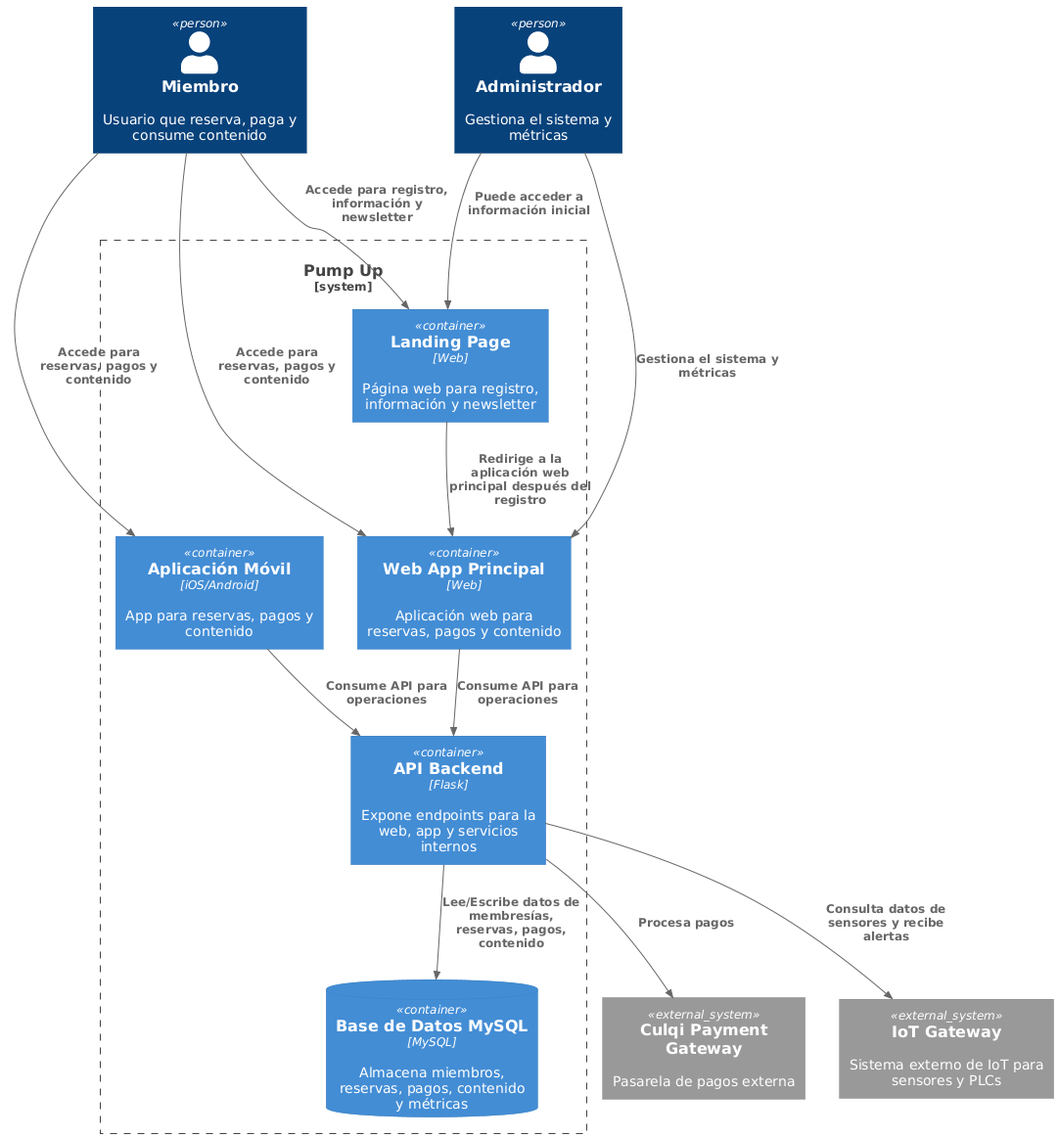
The PlantUML diagram assets/capitulo-4/containers.png in momentum-iot/report, before a commit.
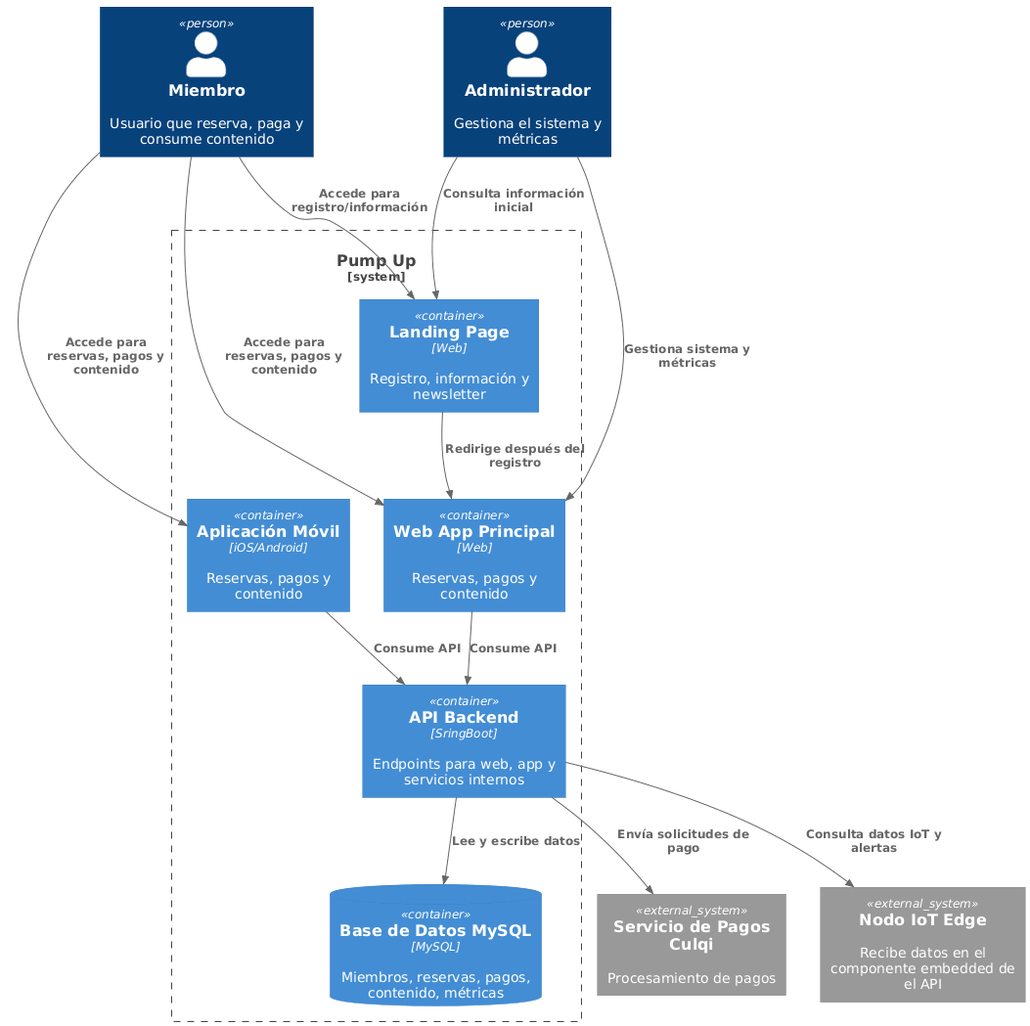
After the change.

Commit message:
feat: update containers image for enhanced visual representation

The edit, as a diff of the source:
```diff
@@ -1,30 +1,34 @@
 @startuml
 !include https://raw.githubusercontent.com/plantuml-stdlib/C4-PlantUML/master/C4_Container.puml
 
-Person(member, "Miembro", "Usuario que reserva, paga y consume contenido")
-Person(admin, "Administrador", "Gestiona el sistema y métricas")
+Person(m, "Miembro", "Usuario que reserva, paga y consume contenido")
+Person(a, "Administrador", "Gestiona el sistema y métricas")
 
-System_Boundary(pumpup, "Pump Up") {
+System_Boundary(s1, "Pump Up") {
 
-    Container(landing, "Landing Page", "Web", "Página web para registro, información y newsletter")
-    Container(webApp, "Web App Principal", "Web", "Aplicación web para reservas, pagos y contenido")
-    Container(mobile, "Aplicación Móvil", "iOS/Android", "App para reservas, pagos y contenido")
-    Container(api, "API Backend", "Flask", "Expone endpoints para la web, app y servicios internos")
-    ContainerDb(mysql, "Base de Datos MySQL", "MySQL", "Almacena miembros, reservas, pagos, contenido y métricas")
+    Container(landing, "Landing Page", "Web", "Registro, información y newsletter")
+    Container(webapp, "Web App Principal", "Web", "Reservas, pagos y contenido")
+    Container(mobile, "Aplicación Móvil", "iOS/Android", "Reservas, pagos y contenido")
+    Container(api, "API Backend", "SringBoot", "Endpoints para web, app y servicios internos")
+    ContainerDb(db, "Base de Datos MySQL", "MySQL", "Miembros, reservas, pagos, contenido, métricas")
 }
 
-System_Ext(culqi, "Culqi Payment Gateway", "Pasarela de pagos externa")
-System_Ext(iot, "IoT Gateway", "Sistema externo de IoT para sensores y PLCs")
+System_Ext(culqi, "Servicio de Pagos Culqi", "Procesamiento de pagos")
+System_Ext(iot_service, "Nodo IoT Edge", "Recibe datos en el componente embedded de el API")
 
-Rel(member, landing, "Accede para registro, información y newsletter")
-Rel(member, webApp, "Accede para reservas, pagos y contenido")
-Rel(member, mobile, "Accede para reservas, pagos y contenido")
-Rel(admin, webApp, "Gestiona el sistema y métricas")
-Rel(admin, landing, "Puede acceder a información inicial")
-Rel(landing, webApp, "Redirige a la aplicación web principal después del registro")
-Rel(webApp, api, "Consume API para operaciones")
-Rel(mobile, api, "Consume API para operaciones")
-Rel(api, mysql, "Lee/Escribe datos de membresías, reservas, pagos, contenido")
-Rel(api, culqi, "Procesa pagos")
-Rel(api, iot, "Consulta datos de sensores y recibe alertas")
+Rel(m, landing, "Accede para registro/información")
+Rel(m, mobile, "Accede para reservas, pagos y contenido")
+Rel(m, webapp, "Accede para reservas, pagos y contenido")
+
+Rel(a, landing, "Consulta información inicial")
+Rel(a, webapp, "Gestiona sistema y métricas")
+
+Rel(landing, webapp, "Redirige después del registro")
+Rel(webapp, api, "Consume API")
+Rel(mobile, api, "Consume API")
+
+Rel(api, db, "Lee y escribe datos")
+
+Rel(api, culqi, "Envía solicitudes de pago")
+Rel(api, iot_service, "Consulta datos IoT y alertas")
 @enduml
```
